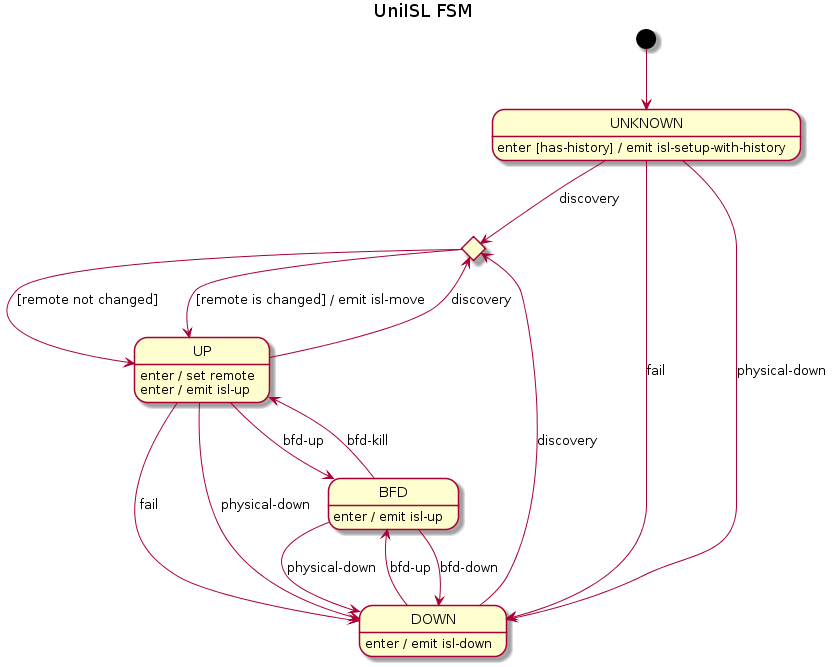
Above: docs/design/network-discovery/uni-isl-FSM.png in telstra/open-kilda (PlantUML), before the change.
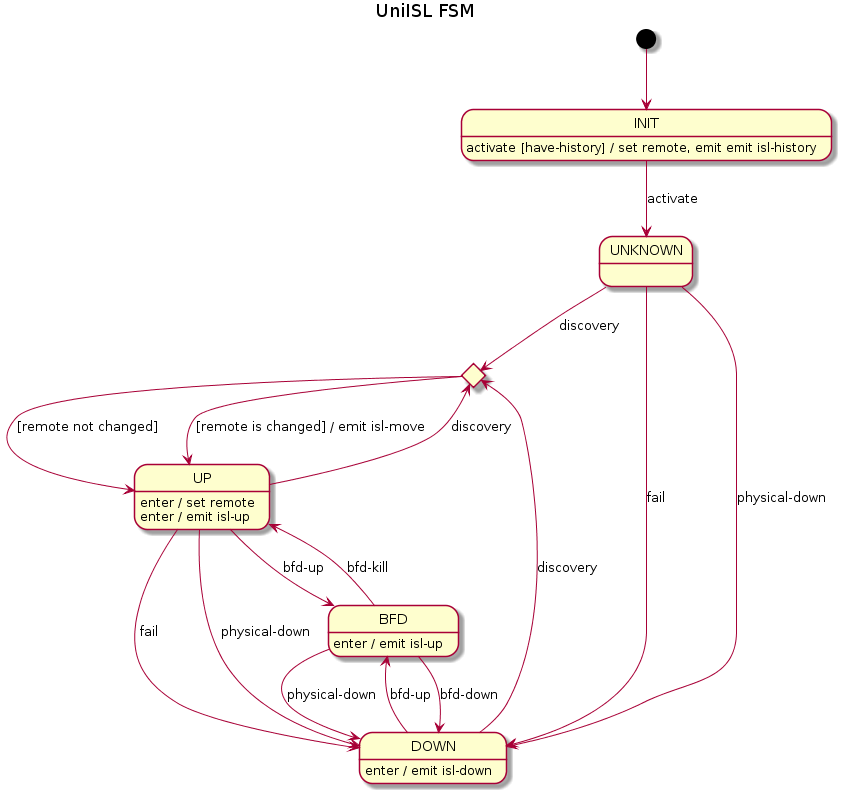
After the commit.

Diff of the diagram source:
```diff
@@ -1,14 +1,16 @@
 @startuml
 title UniISL FSM
 
-[*] --> UNKNOWN
+[*] --> INIT
+
+INIT --> UNKNOWN : activate
+INIT : activate [have-history] / set remote, emit emit isl-history
 
 state moveChoice <<choice>>
 
 UNKNOWN --> moveChoice : discovery
 UNKNOWN --> DOWN : fail
 UNKNOWN --> DOWN : physical-down
-UNKNOWN : enter [has-history] / emit isl-setup-with-history
 
 UP --> moveChoice : discovery
 UP --> DOWN : fail
```
